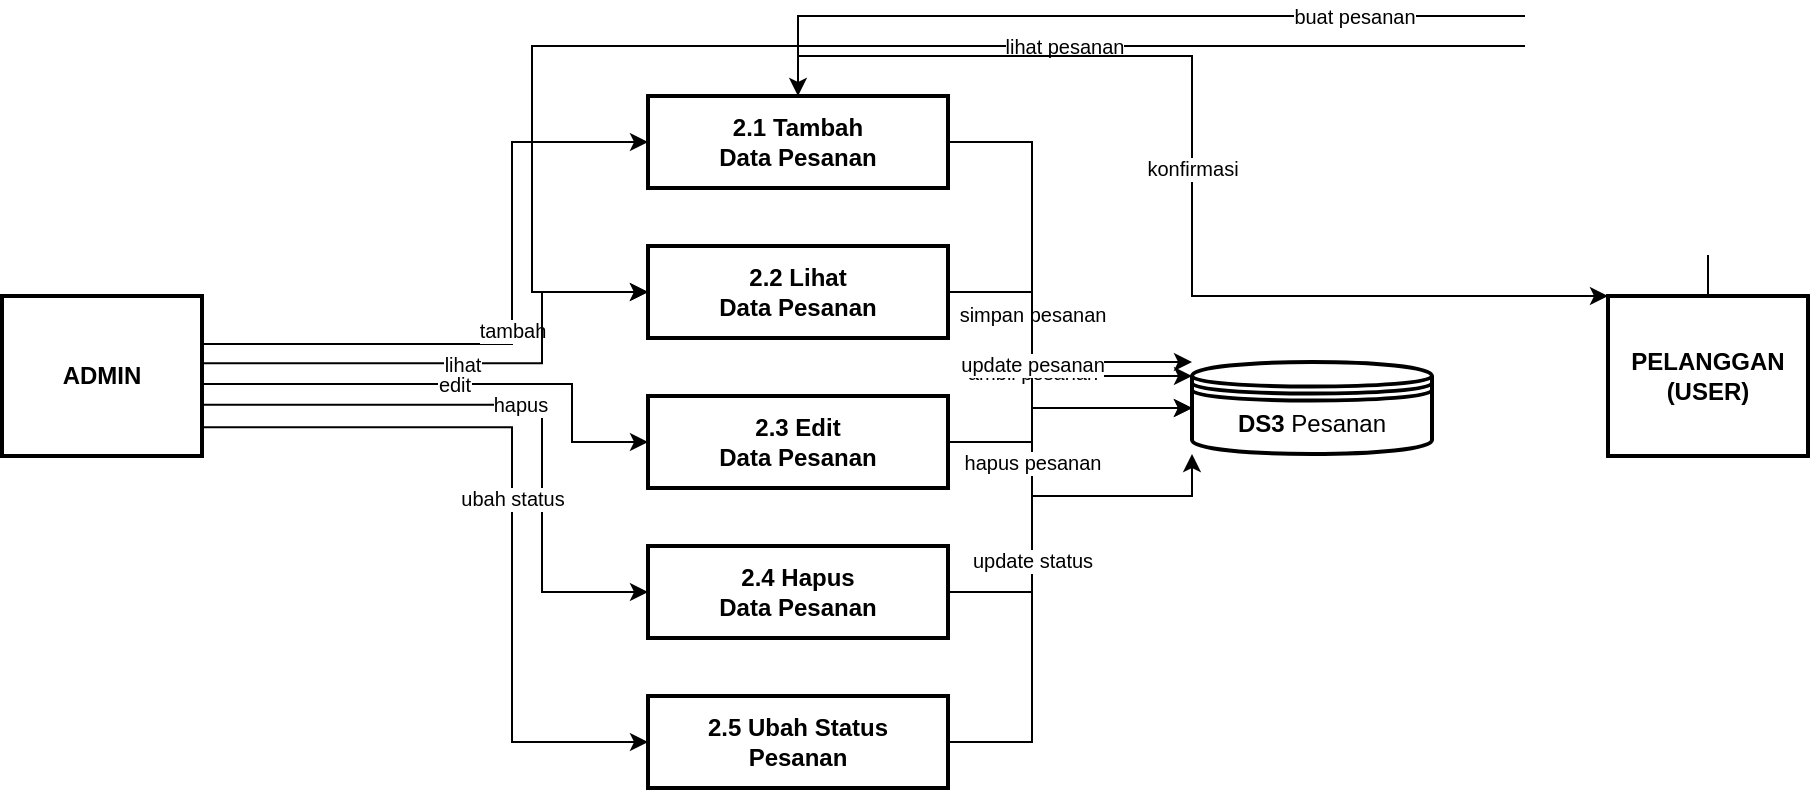
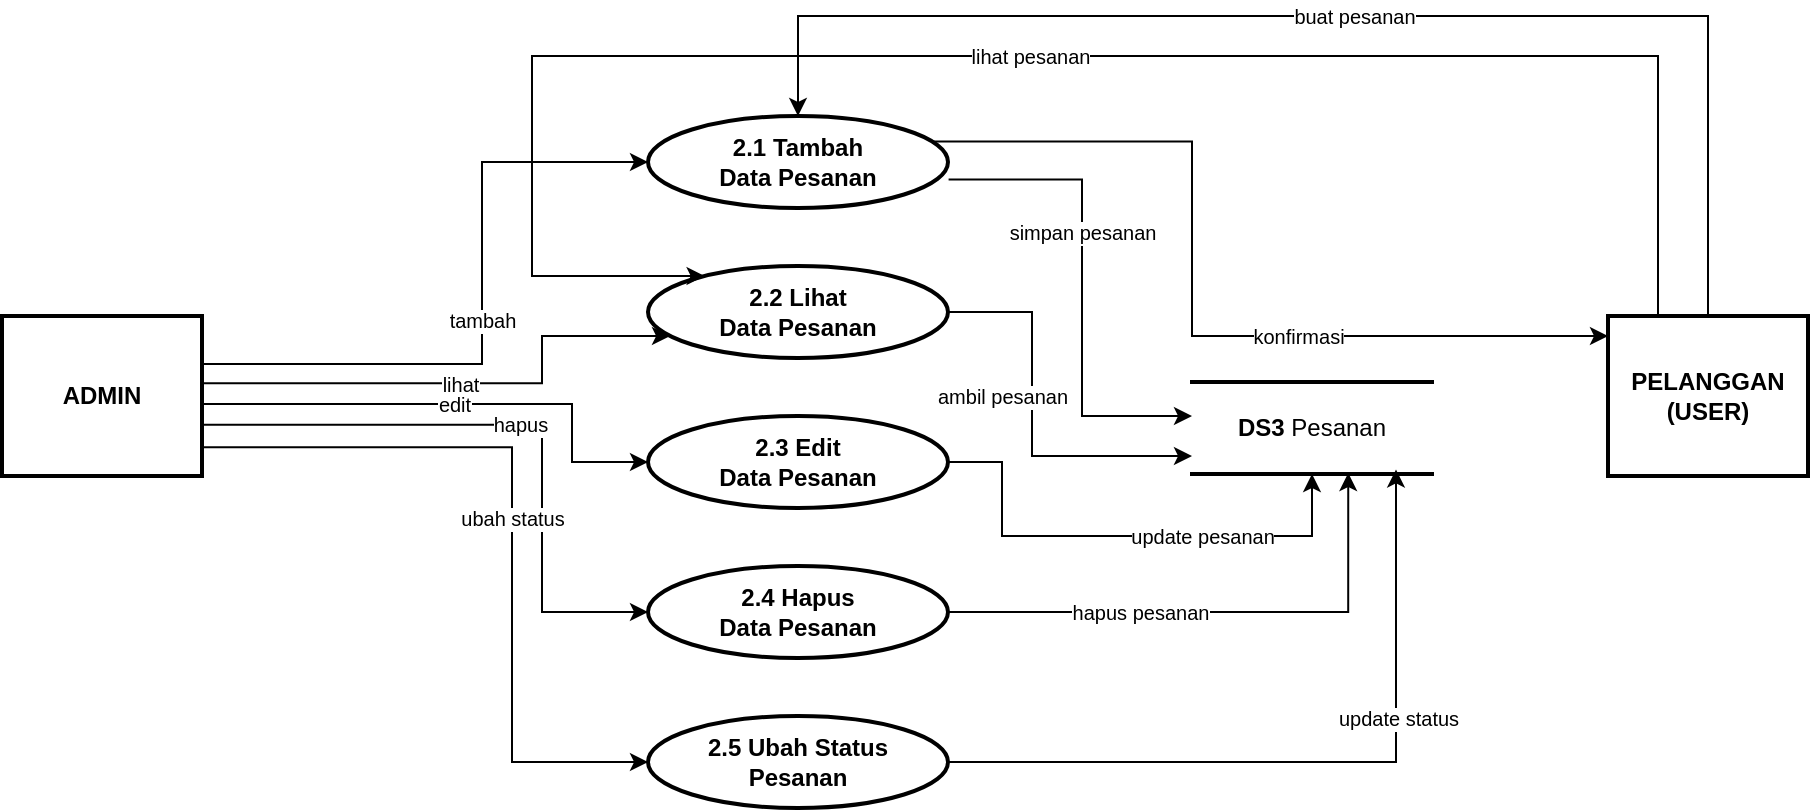
<mxfile host="app.diagrams.net">
-   <diagram name="Halaman-1" id="d3">
-     <mxGraphModel dx="1030" dy="1008" grid="0" gridSize="10" guides="1" tooltips="1" connect="1" arrows="1" fold="1" page="0" pageScale="1" pageWidth="900" pageHeight="500" math="0" shadow="0">
+   <diagram name="Halaman-1" id="fM0UbCrLWW6ai1Zt90ew">
+     <mxGraphModel>
      <root>
        <mxCell id="0" />
        <mxCell id="1" parent="0" />
-         <mxCell id="admin" parent="1" style="rounded=0;whiteSpace=wrap;html=1;fillColor=#FFFFFF;strokeColor=#000000;fontColor=#000000;strokeWidth=2;" value="&lt;b&gt;ADMIN&lt;/b&gt;" vertex="1">
-           <mxGeometry height="80" width="100" x="-95" y="150" as="geometry" />
+ 
+         <mxCell id="2" parent="1" style="rounded=0;whiteSpace=wrap;html=1;fillColor=#FFFFFF;strokeColor=#000000;fontColor=#000000;strokeWidth=2;" value="&lt;b&gt;ADMIN&lt;/b&gt;" vertex="1">
+           <mxGeometry height="80" width="100" x="460" y="1690" as="geometry" />
        </mxCell>
-         <mxCell id="p21" parent="1" style="rounded=0;whiteSpace=wrap;html=1;fillColor=#FFFFFF;strokeColor=#000000;fontColor=#000000;strokeWidth=2;" value="&lt;b&gt;2.1 Tambah&lt;br&gt;Data Pesanan&lt;/b&gt;" vertex="1">
-           <mxGeometry height="46" width="150" x="228" y="50" as="geometry" />
-         </mxCell>
-         <mxCell id="p22" parent="1" style="rounded=0;whiteSpace=wrap;html=1;fillColor=#FFFFFF;strokeColor=#000000;fontColor=#000000;strokeWidth=2;" value="&lt;b&gt;2.2 Lihat&lt;br&gt;Data Pesanan&lt;/b&gt;" vertex="1">
-           <mxGeometry height="46" width="150" x="228" y="125" as="geometry" />
-         </mxCell>
-         <mxCell id="p23" parent="1" style="rounded=0;whiteSpace=wrap;html=1;fillColor=#FFFFFF;strokeColor=#000000;fontColor=#000000;strokeWidth=2;" value="&lt;b&gt;2.3 Edit&lt;br&gt;Data Pesanan&lt;/b&gt;" vertex="1">
-           <mxGeometry height="46" width="150" x="228" y="200" as="geometry" />
-         </mxCell>
-         <mxCell id="p24" parent="1" style="rounded=0;whiteSpace=wrap;html=1;fillColor=#FFFFFF;strokeColor=#000000;fontColor=#000000;strokeWidth=2;" value="&lt;b&gt;2.4 Hapus&lt;br&gt;Data Pesanan&lt;/b&gt;" vertex="1">
-           <mxGeometry height="46" width="150" x="228" y="275" as="geometry" />
-         </mxCell>
-         <mxCell id="p25" parent="1" style="rounded=0;whiteSpace=wrap;html=1;fillColor=#FFFFFF;strokeColor=#000000;fontColor=#000000;strokeWidth=2;" value="&lt;b&gt;2.5 Ubah Status&lt;br&gt;Pesanan&lt;/b&gt;" vertex="1">
-           <mxGeometry height="46" width="150" x="228" y="350" as="geometry" />
-         </mxCell>
-         <mxCell id="ds3" parent="1" style="shape=datastore;whiteSpace=wrap;html=1;fillColor=#FFFFFF;strokeColor=#000000;fontColor=#000000;strokeWidth=2;" value="&lt;b&gt;DS3&lt;/b&gt; Pesanan" vertex="1">
-           <mxGeometry height="46" width="120" x="500" y="183" as="geometry" />
-         </mxCell>
-         <mxCell id="pelanggan" parent="1" style="rounded=0;whiteSpace=wrap;html=1;fillColor=#FFFFFF;strokeColor=#000000;fontColor=#000000;strokeWidth=2;" value="&lt;b&gt;PELANGGAN&lt;br&gt;(USER)&lt;/b&gt;" vertex="1">
-           <mxGeometry height="80" width="100" x="708" y="150" as="geometry" />
+         <mxCell id="9" parent="1" style="rounded=0;whiteSpace=wrap;html=1;fillColor=#FFFFFF;strokeColor=#000000;fontColor=#000000;strokeWidth=2;" value="&lt;b&gt;PELANGGAN&lt;br&gt;(USER)&lt;/b&gt;" vertex="1">
+           <mxGeometry height="80" width="100" x="1263" y="1690" as="geometry" />
        </mxCell>

-         <mxCell id="a1" edge="1" parent="1" source="admin" style="html=1;fontColor=#000000;strokeColor=#000000;fontSize=10;exitX=1;exitY=0.3;edgeStyle=orthogonalEdgeStyle;curved=0;exitDx=0;exitDy=0;rounded=0;" target="p21" value="tambah">
+         <mxCell id="3" parent="1" style="ellipse;whiteSpace=wrap;html=1;fillColor=#FFFFFF;strokeColor=#000000;fontColor=#000000;strokeWidth=2;" value="&lt;b&gt;2.1 Tambah&lt;br&gt;Data Pesanan&lt;/b&gt;" vertex="1">
+           <mxGeometry height="46" width="150" x="783" y="1590" as="geometry" />
+         </mxCell>
+         <mxCell id="4" parent="1" style="ellipse;whiteSpace=wrap;html=1;fillColor=#FFFFFF;strokeColor=#000000;fontColor=#000000;strokeWidth=2;" value="&lt;b&gt;2.2 Lihat&lt;br&gt;Data Pesanan&lt;/b&gt;" vertex="1">
+           <mxGeometry height="46" width="150" x="783" y="1665" as="geometry" />
+         </mxCell>
+         <mxCell id="5" parent="1" style="ellipse;whiteSpace=wrap;html=1;fillColor=#FFFFFF;strokeColor=#000000;fontColor=#000000;strokeWidth=2;" value="&lt;b&gt;2.3 Edit&lt;br&gt;Data Pesanan&lt;/b&gt;" vertex="1">
+           <mxGeometry height="46" width="150" x="783" y="1740" as="geometry" />
+         </mxCell>
+         <mxCell id="6" parent="1" style="ellipse;whiteSpace=wrap;html=1;fillColor=#FFFFFF;strokeColor=#000000;fontColor=#000000;strokeWidth=2;" value="&lt;b&gt;2.4 Hapus&lt;br&gt;Data Pesanan&lt;/b&gt;" vertex="1">
+           <mxGeometry height="46" width="150" x="783" y="1815" as="geometry" />
+         </mxCell>
+         <mxCell id="7" parent="1" style="ellipse;whiteSpace=wrap;html=1;fillColor=#FFFFFF;strokeColor=#000000;fontColor=#000000;strokeWidth=2;" value="&lt;b&gt;2.5 Ubah Status&lt;br&gt;Pesanan&lt;/b&gt;" vertex="1">
+           <mxGeometry height="46" width="150" x="783" y="1890" as="geometry" />
+         </mxCell>
+ 
+         <mxCell id="8" parent="1" style="shape=partialRectangle;right=0;left=0;whiteSpace=wrap;html=1;fillColor=#FFFFFF;strokeColor=#000000;fontColor=#000000;strokeWidth=2;" value="&lt;b&gt;DS3&lt;/b&gt; Pesanan" vertex="1">
+           <mxGeometry height="46" width="120" x="1055" y="1723" as="geometry" />
+         </mxCell>
+ 
+         <mxCell id="10" edge="1" parent="1" source="2" style="html=1;fontColor=#000000;strokeColor=#000000;fontSize=10;exitX=1;exitY=0.3;edgeStyle=orthogonalEdgeStyle;curved=0;exitDx=0;exitDy=0;rounded=0;" target="3" value="tambah">
          <mxGeometry relative="1" as="geometry">
-             <Array as="points">
-               <mxPoint x="160" y="174" />
-               <mxPoint x="160" y="73" />
-             </Array>
+             <Array as="points"><mxPoint x="700" y="1714" /><mxPoint x="700" y="1613" /></Array>
          </mxGeometry>
        </mxCell>
-         <mxCell id="a2" edge="1" parent="1" source="admin" style="html=1;fontColor=#000000;strokeColor=#000000;fontSize=10;exitX=1;exitY=0.42;edgeStyle=orthogonalEdgeStyle;curved=0;exitDx=0;exitDy=0;rounded=0;" target="p22" value="lihat">
+         <mxCell id="11" edge="1" parent="1" source="2" style="html=1;fontColor=#000000;strokeColor=#000000;fontSize=10;exitX=1;exitY=0.42;edgeStyle=orthogonalEdgeStyle;curved=0;exitDx=0;exitDy=0;rounded=0;" target="4" value="lihat">
          <mxGeometry relative="1" as="geometry">
-             <Array as="points">
-               <mxPoint x="175" y="184" />
-               <mxPoint x="175" y="148" />
-             </Array>
+             <Array as="points"><mxPoint x="730" y="1724" /><mxPoint x="730" y="1700" /></Array>
          </mxGeometry>
        </mxCell>
-         <mxCell id="a3" edge="1" parent="1" source="admin" style="html=1;fontColor=#000000;strokeColor=#000000;fontSize=10;exitX=1;exitY=0.55;edgeStyle=orthogonalEdgeStyle;curved=0;exitDx=0;exitDy=0;rounded=0;" target="p23" value="edit">
+         <mxCell id="12" edge="1" parent="1" source="2" style="html=1;fontColor=#000000;strokeColor=#000000;fontSize=10;exitX=1;exitY=0.55;edgeStyle=orthogonalEdgeStyle;curved=0;exitDx=0;exitDy=0;rounded=0;" target="5" value="edit">
          <mxGeometry relative="1" as="geometry">
-             <Array as="points">
-               <mxPoint x="190" y="194" />
-               <mxPoint x="190" y="223" />
-             </Array>
+             <Array as="points"><mxPoint x="745" y="1734" /><mxPoint x="745" y="1763" /></Array>
          </mxGeometry>
        </mxCell>
-         <mxCell id="a4" edge="1" parent="1" source="admin" style="html=1;fontColor=#000000;strokeColor=#000000;fontSize=10;exitX=1;exitY=0.68;edgeStyle=orthogonalEdgeStyle;curved=0;exitDx=0;exitDy=0;rounded=0;" target="p24" value="hapus">
+         <mxCell id="13" edge="1" parent="1" source="2" style="html=1;fontColor=#000000;strokeColor=#000000;fontSize=10;exitX=1;exitY=0.68;edgeStyle=orthogonalEdgeStyle;curved=0;exitDx=0;exitDy=0;rounded=0;" target="6" value="hapus">
          <mxGeometry relative="1" as="geometry">
-             <Array as="points">
-               <mxPoint x="175" y="204" />
-               <mxPoint x="175" y="298" />
-             </Array>
+             <Array as="points"><mxPoint x="730" y="1744" /><mxPoint x="730" y="1838" /></Array>
          </mxGeometry>
        </mxCell>
-         <mxCell id="a5" edge="1" parent="1" source="admin" style="html=1;fontColor=#000000;strokeColor=#000000;fontSize=10;exitX=1;exitY=0.82;edgeStyle=orthogonalEdgeStyle;curved=0;exitDx=0;exitDy=0;rounded=0;" target="p25" value="ubah status">
+         <mxCell id="14" edge="1" parent="1" source="2" style="html=1;fontColor=#000000;strokeColor=#000000;fontSize=10;exitX=1;exitY=0.82;edgeStyle=orthogonalEdgeStyle;curved=0;exitDx=0;exitDy=0;rounded=0;" target="7" value="ubah status">
          <mxGeometry relative="1" as="geometry">
-             <Array as="points">
-               <mxPoint x="160" y="216" />
-               <mxPoint x="160" y="373" />
-             </Array>
+             <Array as="points"><mxPoint x="715" y="1756" /><mxPoint x="715" y="1913" /></Array>
          </mxGeometry>
        </mxCell>
- 
-         <mxCell id="c1" edge="1" parent="1" style="html=1;fontColor=#000000;strokeColor=#000000;fontSize=10;edgeStyle=orthogonalEdgeStyle;curved=0;rounded=0;" target="p21" value="buat pesanan">
+         <mxCell id="15" edge="1" parent="1" style="html=1;fontColor=#000000;strokeColor=#000000;fontSize=10;edgeStyle=orthogonalEdgeStyle;curved=0;rounded=0;" target="3" value="buat pesanan">
          <mxGeometry relative="1" as="geometry">
-             <Array as="points">
-               <mxPoint x="758" y="10" />
-               <mxPoint x="303" y="10" />
-             </Array>
-             <mxPoint x="758" y="150" as="sourcePoint" />
+             <Array as="points"><mxPoint x="1313" y="1540" /><mxPoint x="858" y="1540" /></Array>
+             <mxPoint x="1313" y="1690" as="sourcePoint" />
          </mxGeometry>
        </mxCell>
-         <mxCell id="c2" edge="1" parent="1" style="html=1;fontColor=#000000;strokeColor=#000000;fontSize=10;edgeStyle=orthogonalEdgeStyle;curved=0;rounded=0;" target="p22" value="lihat pesanan">
+         <mxCell id="16" edge="1" parent="1" source="9" style="html=1;fontColor=#000000;strokeColor=#000000;fontSize=10;edgeStyle=orthogonalEdgeStyle;curved=0;rounded=0;exitX=0.25;exitY=0;exitDx=0;exitDy=0;" target="4" value="lihat pesanan">
          <mxGeometry relative="1" as="geometry">
-             <Array as="points">
-               <mxPoint x="758" y="25" />
-               <mxPoint x="170" y="25" />
-               <mxPoint x="170" y="148" />
-             </Array>
-             <mxPoint x="758" y="150" as="sourcePoint" />
+             <Array as="points"><mxPoint x="1288" y="1560" /><mxPoint x="725" y="1560" /><mxPoint x="725" y="1670" /></Array>
+             <mxPoint x="1313" y="1690" as="sourcePoint" />
          </mxGeometry>
        </mxCell>
- 
-         <mxCell id="d1" edge="1" parent="1" source="p21" style="html=1;fontColor=#000000;strokeColor=#000000;fontSize=10;exitX=1;exitY=0.5;edgeStyle=orthogonalEdgeStyle;curved=0;exitDx=0;exitDy=0;rounded=0;" target="ds3" value="simpan pesanan">
-           <mxGeometry relative="1" as="geometry">
-             <Array as="points">
-               <mxPoint x="420" y="73" />
-               <mxPoint x="420" y="206" />
-             </Array>
+         <mxCell id="17" edge="1" parent="1" source="3" style="html=1;fontColor=#000000;strokeColor=#000000;fontSize=10;edgeStyle=orthogonalEdgeStyle;curved=0;rounded=0;exitX=1.002;exitY=0.691;exitDx=0;exitDy=0;exitPerimeter=0;" target="8" value="simpan pesanan">
+           <mxGeometry relative="1" x="-0.2291" as="geometry">
+             <mxPoint as="offset" />
+             <Array as="points"><mxPoint x="1000" y="1622" /><mxPoint x="1000" y="1740" /></Array>
+             <mxPoint x="933" y="1622" as="sourcePoint" />
          </mxGeometry>
        </mxCell>
-         <mxCell id="d2" edge="1" parent="1" source="p22" style="html=1;fontColor=#000000;strokeColor=#000000;fontSize=10;exitX=1;exitY=0.5;edgeStyle=orthogonalEdgeStyle;curved=0;exitDx=0;exitDy=0;rounded=0;" target="ds3" value="ambil pesanan">
-           <mxGeometry relative="1" as="geometry">
-             <Array as="points">
-               <mxPoint x="420" y="148" />
-               <mxPoint x="420" y="190" />
-               <mxPoint x="500" y="190" />
-             </Array>
+         <mxCell id="18" edge="1" parent="1" source="4" style="html=1;fontColor=#000000;strokeColor=#000000;fontSize=10;exitX=1;exitY=0.5;edgeStyle=orthogonalEdgeStyle;curved=0;exitDx=0;exitDy=0;rounded=0;" target="8" value="ambil pesanan">
+           <mxGeometry relative="1" x="-0.134" y="-15" as="geometry">
+             <mxPoint as="offset" />
+             <Array as="points"><mxPoint x="975" y="1688" /><mxPoint x="975" y="1760" /></Array>
          </mxGeometry>
        </mxCell>
-         <mxCell id="d3" edge="1" parent="1" source="p23" style="html=1;fontColor=#000000;strokeColor=#000000;fontSize=10;exitX=1;exitY=0.5;edgeStyle=orthogonalEdgeStyle;curved=0;exitDx=0;exitDy=0;rounded=0;" target="ds3" value="update pesanan">
-           <mxGeometry relative="1" as="geometry">
-             <Array as="points">
-               <mxPoint x="420" y="223" />
-               <mxPoint x="420" y="183" />
-             </Array>
+         <mxCell id="19" edge="1" parent="1" source="5" style="html=1;fontColor=#000000;strokeColor=#000000;fontSize=10;exitX=1;exitY=0.5;edgeStyle=orthogonalEdgeStyle;curved=0;exitDx=0;exitDy=0;rounded=0;entryX=0.5;entryY=1;entryDx=0;entryDy=0;" target="8" value="update pesanan">
+           <mxGeometry relative="1" x="0.3118" as="geometry">
+             <mxPoint as="offset" />
+             <Array as="points"><mxPoint x="960" y="1763" /><mxPoint x="960" y="1800" /><mxPoint x="1115" y="1800" /></Array>
          </mxGeometry>
        </mxCell>
-         <mxCell id="d4" edge="1" parent="1" source="p24" style="html=1;fontColor=#000000;strokeColor=#000000;fontSize=10;exitX=1;exitY=0.5;edgeStyle=orthogonalEdgeStyle;curved=0;exitDx=0;exitDy=0;rounded=0;" target="ds3" value="hapus pesanan">
-           <mxGeometry relative="1" as="geometry">
-             <Array as="points">
-               <mxPoint x="420" y="298" />
-               <mxPoint x="420" y="206" />
-               <mxPoint x="500" y="206" />
-             </Array>
+         <mxCell id="20" edge="1" parent="1" source="6" style="html=1;fontColor=#000000;strokeColor=#000000;fontSize=10;exitX=1;exitY=0.5;edgeStyle=orthogonalEdgeStyle;curved=0;exitDx=0;exitDy=0;rounded=0;entryX=0.651;entryY=0.99;entryDx=0;entryDy=0;entryPerimeter=0;" target="8" value="hapus pesanan">
+           <mxGeometry relative="1" x="-0.2871" as="geometry">
+             <mxPoint as="offset" />
+             <Array as="points"><mxPoint x="1133" y="1838" /></Array>
          </mxGeometry>
        </mxCell>
-         <mxCell id="d5" edge="1" parent="1" source="p25" style="html=1;fontColor=#000000;strokeColor=#000000;fontSize=10;exitX=1;exitY=0.5;edgeStyle=orthogonalEdgeStyle;curved=0;exitDx=0;exitDy=0;rounded=0;" target="ds3" value="update status">
-           <mxGeometry relative="1" as="geometry">
-             <Array as="points">
-               <mxPoint x="420" y="373" />
-               <mxPoint x="420" y="250" />
-               <mxPoint x="500" y="250" />
-             </Array>
+         <mxCell id="21" edge="1" parent="1" source="7" style="html=1;fontColor=#000000;strokeColor=#000000;fontSize=10;exitX=1;exitY=0.5;edgeStyle=orthogonalEdgeStyle;curved=0;exitDx=0;exitDy=0;rounded=0;entryX=0.85;entryY=0.95;entryDx=0;entryDy=0;entryPerimeter=0;" target="8" value="update status">
+           <mxGeometry relative="1" x="0.3303" y="-1" as="geometry">
+             <mxPoint as="offset" />
+             <Array as="points"><mxPoint x="1157" y="1913" /></Array>
+             <mxPoint x="1120" y="1770" as="targetPoint" />
          </mxGeometry>
        </mxCell>
- 
-         <mxCell id="e1" edge="1" parent="1" source="p21" style="html=1;fontColor=#000000;strokeColor=#000000;fontSize=10;exitX=0.5;exitY=0;edgeStyle=orthogonalEdgeStyle;curved=0;exitDx=0;exitDy=0;rounded=0;" target="pelanggan" value="konfirmasi">
-           <mxGeometry relative="1" as="geometry">
-             <Array as="points">
-               <mxPoint x="303" y="30" />
-               <mxPoint x="500" y="30" />
-               <mxPoint x="500" y="150" />
-               <mxPoint x="708" y="150" />
-             </Array>
+         <mxCell id="22" edge="1" parent="1" source="3" style="html=1;fontColor=#000000;strokeColor=#000000;fontSize=10;exitX=1;exitY=0.25;edgeStyle=orthogonalEdgeStyle;curved=0;exitDx=0;exitDy=0;rounded=0;" target="9" value="konfirmasi">
+           <mxGeometry relative="1" x="0.2859" as="geometry">
+             <mxPoint as="offset" />
+             <Array as="points"><mxPoint x="1055" y="1602" /><mxPoint x="1055" y="1700" /></Array>
          </mxGeometry>
        </mxCell>
      </root>
    </mxGraphModel>
  </diagram>
- </mxfile>
+ </mxfile>